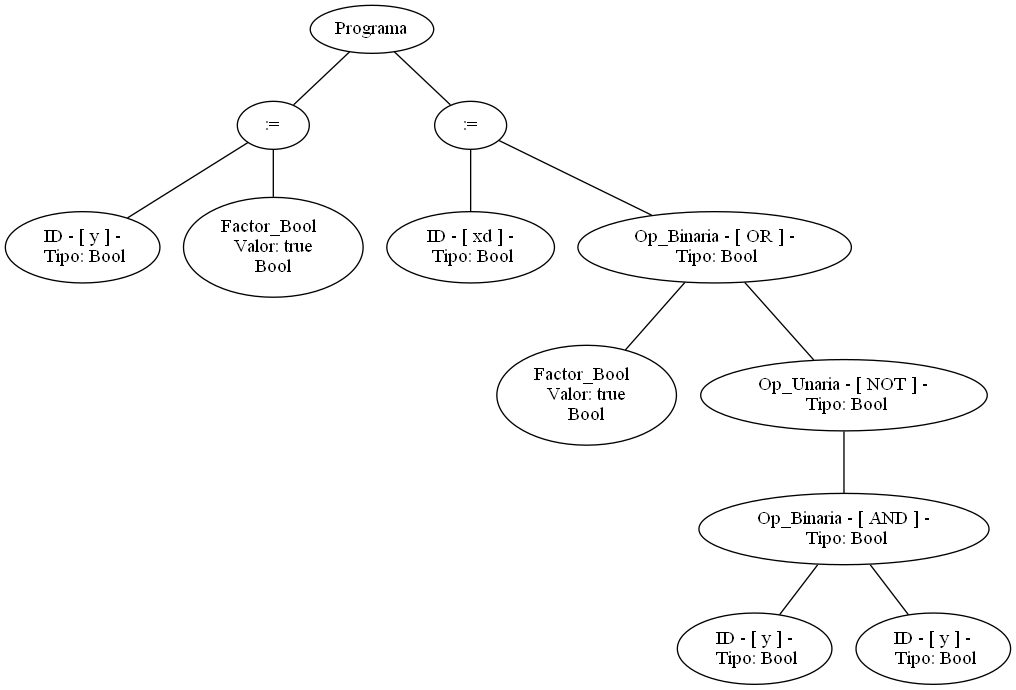
This is arbol.png from SantiPerez17/Compiladores, a Graphviz export, as it was before one commit. Its source is kept beside it as arbol.dot. Source of this version:
```dot
graph G {nodo_programa[label="Programa"]
nodo_1274370218[label=":="]
nodo_programa--nodo_1274370218
nodo_1190035432[label=" ID - [ y ] -
 Tipo: Bool"]
nodo_1274370218--nodo_1190035432
nodo_1267032364[label="Factor_Bool
 Valor: true
Bool"]
nodo_1274370218--nodo_1267032364
nodo_2117255219[label=":="]
nodo_programa--nodo_2117255219
nodo_1963387170[label=" ID - [ xd ] -
 Tipo: Bool"]
nodo_2117255219--nodo_1963387170
nodo_517380410[label=" Op_Binaria - [ OR ] -
 Tipo: Bool"]
nodo_2117255219--nodo_517380410
nodo_758705033[label="Factor_Bool
 Valor: true
Bool"]
nodo_517380410--nodo_758705033
nodo_1067938912[label=" Op_Unaria - [ NOT ] -
 Tipo: Bool"]
nodo_517380410--nodo_1067938912
nodo_764308918[label=" Op_Binaria - [ AND ] -
 Tipo: Bool"]
nodo_1067938912--nodo_764308918
nodo_1604839423[label=" ID - [ y ] -
 Tipo: Bool"]
nodo_764308918--nodo_1604839423
nodo_1177096266[label=" ID - [ y ] -
 Tipo: Bool"]
nodo_764308918--nodo_1177096266
}
```
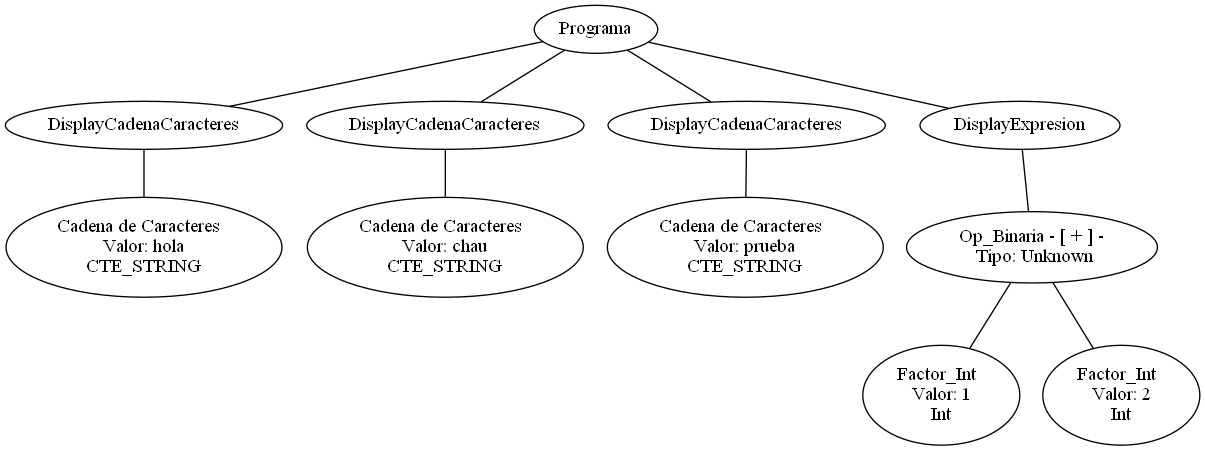
Later version of the same file.

Change to the diagram source:
```diff
@@ -1,35 +1,33 @@
 graph G {nodo_programa[label="Programa"]
-nodo_1274370218[label=":="]
-nodo_programa--nodo_1274370218
-nodo_1190035432[label=" ID - [ y ] -
- Tipo: Bool"]
-nodo_1274370218--nodo_1190035432
-nodo_1267032364[label="Factor_Bool
- Valor: true
-Bool"]
-nodo_1274370218--nodo_1267032364
-nodo_2117255219[label=":="]
-nodo_programa--nodo_2117255219
-nodo_1963387170[label=" ID - [ xd ] -
- Tipo: Bool"]
-nodo_2117255219--nodo_1963387170
-nodo_517380410[label=" Op_Binaria - [ OR ] -
- Tipo: Bool"]
-nodo_2117255219--nodo_517380410
-nodo_758705033[label="Factor_Bool
- Valor: true
-Bool"]
-nodo_517380410--nodo_758705033
-nodo_1067938912[label=" Op_Unaria - [ NOT ] -
- Tipo: Bool"]
-nodo_517380410--nodo_1067938912
-nodo_764308918[label=" Op_Binaria - [ AND ] -
- Tipo: Bool"]
-nodo_1067938912--nodo_764308918
-nodo_1604839423[label=" ID - [ y ] -
- Tipo: Bool"]
-nodo_764308918--nodo_1604839423
-nodo_1177096266[label=" ID - [ y ] -
- Tipo: Bool"]
-nodo_764308918--nodo_1177096266
+nodo_148001436[label="DisplayCadenaCaracteres"]
+nodo_programa--nodo_148001436
+nodo_1786285017[label="Cadena de Caracteres
+ Valor: hola
+CTE_STRING"]
+nodo_148001436--nodo_1786285017
+nodo_335696039[label="DisplayCadenaCaracteres"]
+nodo_programa--nodo_335696039
+nodo_864354359[label="Cadena de Caracteres
+ Valor: chau
+CTE_STRING"]
+nodo_335696039--nodo_864354359
+nodo_496582665[label="DisplayCadenaCaracteres"]
+nodo_programa--nodo_496582665
+nodo_163767072[label="Cadena de Caracteres
+ Valor: prueba
+CTE_STRING"]
+nodo_496582665--nodo_163767072
+nodo_880899254[label="DisplayExpresion"]
+nodo_programa--nodo_880899254
+nodo_1674570190[label=" Op_Binaria - [ + ] -
+ Tipo: Unknown"]
+nodo_880899254--nodo_1674570190
+nodo_2140336484[label="Factor_Int
+ Valor: 1
+Int"]
+nodo_1674570190--nodo_2140336484
+nodo_1708006072[label="Factor_Int
+ Valor: 2
+Int"]
+nodo_1674570190--nodo_1708006072
 }
```
